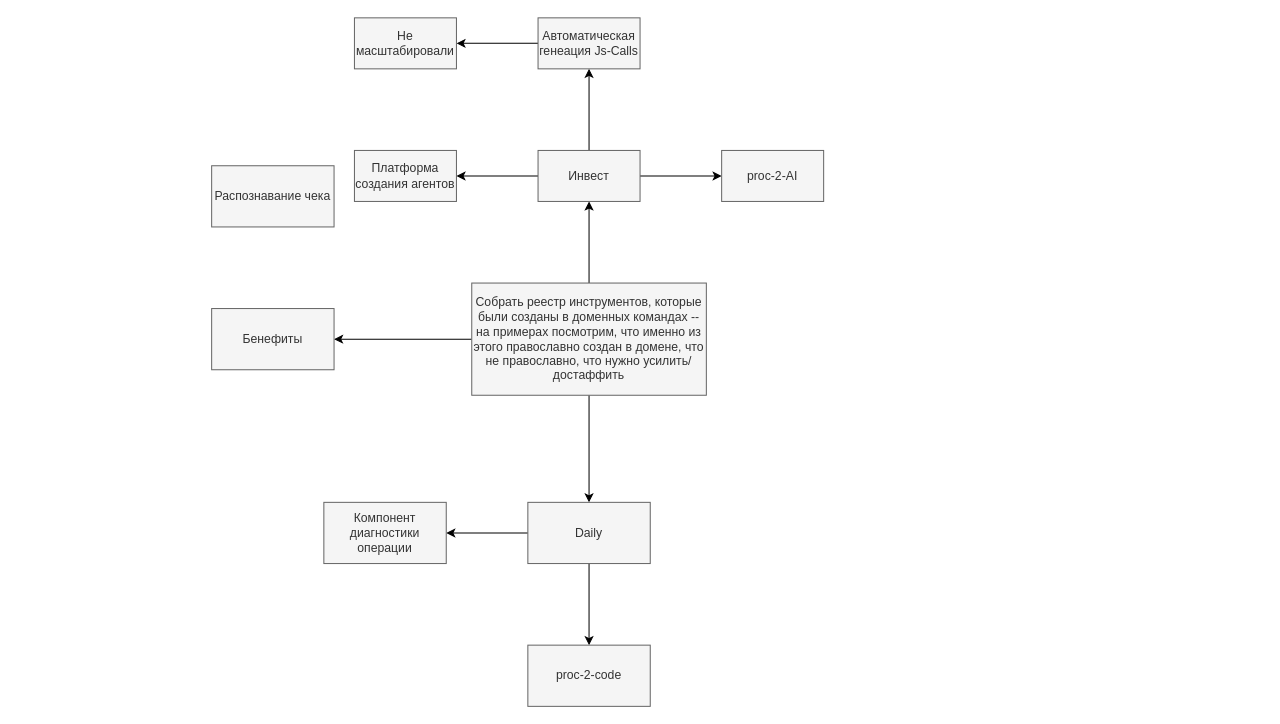
Before: page "Доменные технологии" (3 of 3) of arch-parf.drawio in alexAkselrod/uml, a draw.io diagram. Source tidied: cells renumbered, new cells numbered last; positions are measured from the earlier drawing's top-left corner, leaving out a move shared by most shapes. Both pictures are drawn from the tidied source at 102%, with x=0, y=0 at pixel (211, 17).
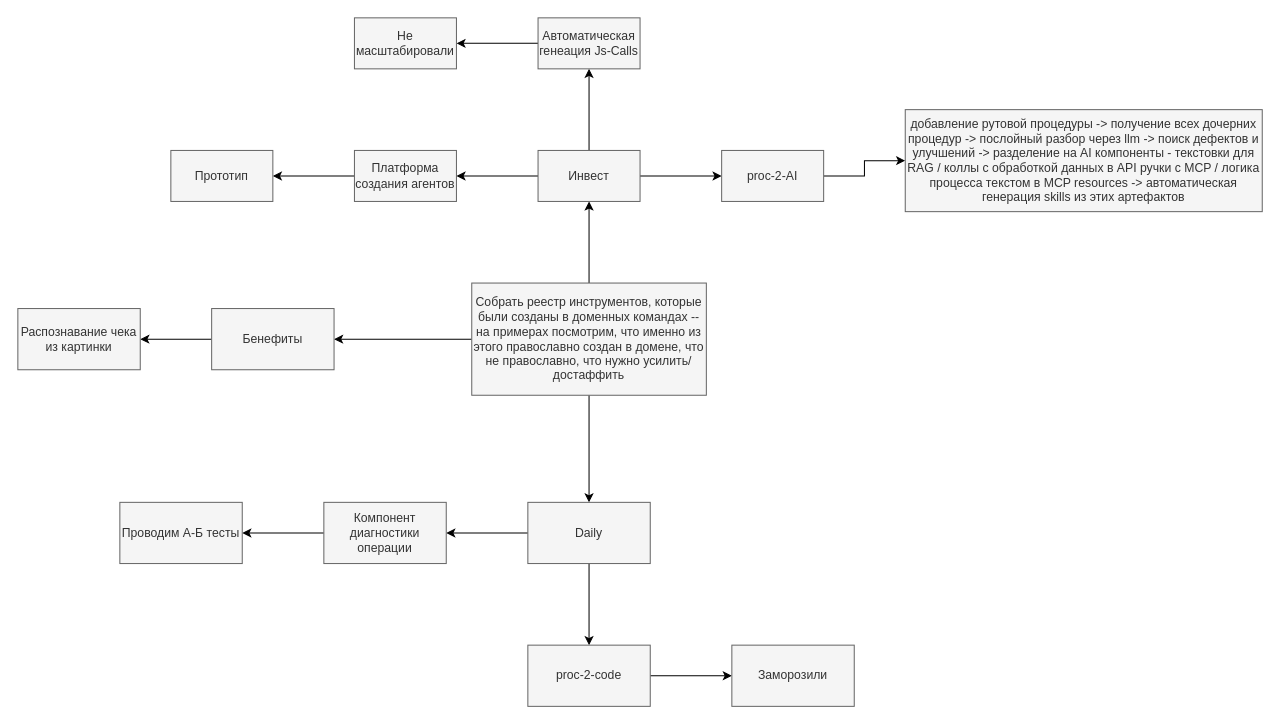
After the change.

The change refers to these unchanged cells:
```xml
<mxCell id="6" value="Бенефиты" style="whiteSpace=wrap;html=1;fillColor=#f5f5f5;strokeColor=#666666;fontColor=#333333;rounded=0;" parent="1" vertex="1">
  <mxGeometry y="285" width="120" height="60" as="geometry" />
</mxCell>
<mxCell id="14" value="Платформа создания агентов" style="rounded=0;whiteSpace=wrap;html=1;fillColor=#f5f5f5;strokeColor=#666666;fontColor=#333333;" parent="1" vertex="1">
  <mxGeometry x="140" y="130" width="100" height="50" as="geometry" />
</mxCell>
<mxCell id="18" value="Компонент диагностики операции" style="whiteSpace=wrap;html=1;fillColor=#f5f5f5;strokeColor=#666666;fontColor=#333333;rounded=0;" parent="1" vertex="1">
  <mxGeometry x="110" y="475" width="120" height="60" as="geometry" />
</mxCell>
<mxCell id="20" value="proc-2-code" style="whiteSpace=wrap;html=1;fillColor=#f5f5f5;strokeColor=#666666;fontColor=#333333;rounded=0;" parent="1" vertex="1">
  <mxGeometry x="310" y="615" width="120" height="60" as="geometry" />
</mxCell>
<mxCell id="21" value="proc-2-AI" style="rounded=0;whiteSpace=wrap;html=1;fillColor=#f5f5f5;strokeColor=#666666;fontColor=#333333;" parent="1" vertex="1">
  <mxGeometry x="500" y="130" width="100" height="50" as="geometry" />
</mxCell>
```

Change to the diagram source:
```diff
@@
+    <mxCell id="22" style="edgeStyle=orthogonalEdgeStyle;rounded=0;jettySize=auto;html=1;entryX=1;entryY=0.5;entryDx=0;entryDy=0;" parent="1" edge="1" source="6" target="7">
+      <mxGeometry relative="1" as="geometry" />
+    </mxCell>
@@
-    <mxCell id="7" value="Распознавание чека" style="whiteSpace=wrap;html=1;fillColor=#f5f5f5;strokeColor=#666666;fontColor=#333333;rounded=0;" parent="1" vertex="1">
-      <mxGeometry y="145" width="120" height="60" as="geometry" />
+    <mxCell id="7" value="Распознавание чека из картинки" style="whiteSpace=wrap;html=1;fillColor=#f5f5f5;strokeColor=#666666;fontColor=#333333;rounded=0;" parent="1" vertex="1">
+      <mxGeometry x="-190" y="285" width="120" height="60" as="geometry" />
     </mxCell>
@@
+    <mxCell id="23" style="edgeStyle=orthogonalEdgeStyle;rounded=0;jettySize=auto;html=1;" parent="1" edge="1" source="14" target="28">
+      <mxGeometry relative="1" as="geometry" />
+    </mxCell>
@@
+    <mxCell id="24" style="edgeStyle=orthogonalEdgeStyle;rounded=0;jettySize=auto;html=1;" parent="1" edge="1" source="18" target="29">
+      <mxGeometry relative="1" as="geometry" />
+    </mxCell>
@@
+    <mxCell id="25" style="edgeStyle=orthogonalEdgeStyle;rounded=0;jettySize=auto;html=1;" parent="1" edge="1" source="20" target="30">
+      <mxGeometry relative="1" as="geometry" />
+    </mxCell>
@@
+    <mxCell id="26" style="edgeStyle=orthogonalEdgeStyle;rounded=0;jettySize=auto;html=1;" parent="1" edge="1" source="21" target="27">
+      <mxGeometry relative="1" as="geometry" />
+    </mxCell>
@@
+    <mxCell id="27" value="&lt;div id=&quot;xjaai5q86jrp9cxw5gib7oj4xh_message&quot; class=&quot;post__body&quot;&gt;&lt;div&gt;&lt;div class=&quot;post-message post-message--collapsed&quot;&gt;&lt;div style=&quot;max-height: 600px;&quot; class=&quot;post-message__text-container&quot;&gt;&lt;div aria-readonly=&quot;true&quot; tabindex=&quot;0&quot; id=&quot;postMessageText_xjaai5q86jrp9cxw5gib7oj4xh&quot; class=&quot;post-message__text&quot; dir=&quot;auto&quot;&gt;&lt;p class=&quot;h-Lua-RIdqe8RYksMe2WNw== TQ8KVt+RVTvvBnSXOhxpXA== _9Uk2j+fJReInDG0ZLNtlvA== VMicuGa5tMp-BtvCB4I+ZQ==&quot;&gt;добавление рутовой процедуры -&amp;gt; получение всех дочерних процедур -&amp;gt; послойный разбор через llm -&amp;gt; поиск дефектов и улучшений -&amp;gt; разделение на AI компоненты - текстовки для RAG / коллы с обработкой данных в API ручки с MCP / логика процесса текстом в MCP resources -&amp;gt; автоматическая генерация skills из этих артефактов&lt;/p&gt;&lt;/div&gt;&lt;/div&gt;&lt;/div&gt;&lt;/div&gt;&lt;/div&gt;" style="rounded=0;whiteSpace=wrap;html=1;fillColor=#f5f5f5;strokeColor=#666666;fontColor=#333333;" parent="1" vertex="1">
+      <mxGeometry x="680" y="90" width="350" height="100" as="geometry" />
+    </mxCell>
+    <mxCell id="28" value="Прототип" style="rounded=0;whiteSpace=wrap;html=1;fillColor=#f5f5f5;strokeColor=#666666;fontColor=#333333;" parent="1" vertex="1">
+      <mxGeometry x="-40" y="130" width="100" height="50" as="geometry" />
+    </mxCell>
+    <mxCell id="29" value="Проводим А-Б тесты" style="whiteSpace=wrap;html=1;fillColor=#f5f5f5;strokeColor=#666666;fontColor=#333333;rounded=0;" parent="1" vertex="1">
+      <mxGeometry x="-90" y="475" width="120" height="60" as="geometry" />
+    </mxCell>
+    <mxCell id="30" value="Заморозили" style="whiteSpace=wrap;html=1;fillColor=#f5f5f5;strokeColor=#666666;fontColor=#333333;rounded=0;" parent="1" vertex="1">
+      <mxGeometry x="510" y="615" width="120" height="60" as="geometry" />
+    </mxCell>
```
